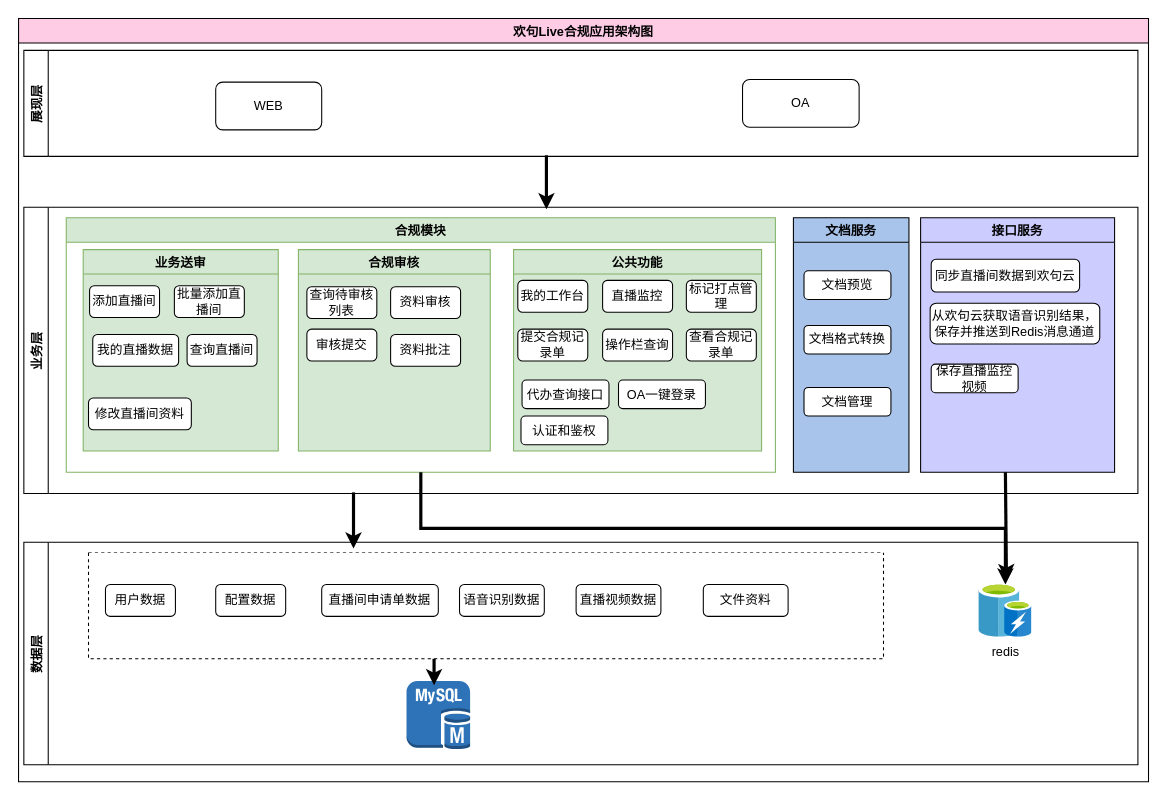
Before: zhaoshang-application.drawio in liufbox/doc, a draw.io diagram. Source tidied: cells renumbered, new cells numbered last; positions are measured from the earlier drawing's top-left corner, leaving out a move shared by most shapes. Both pictures are drawn from the tidied source at 106%, with x=0, y=0 at pixel (18, 18).
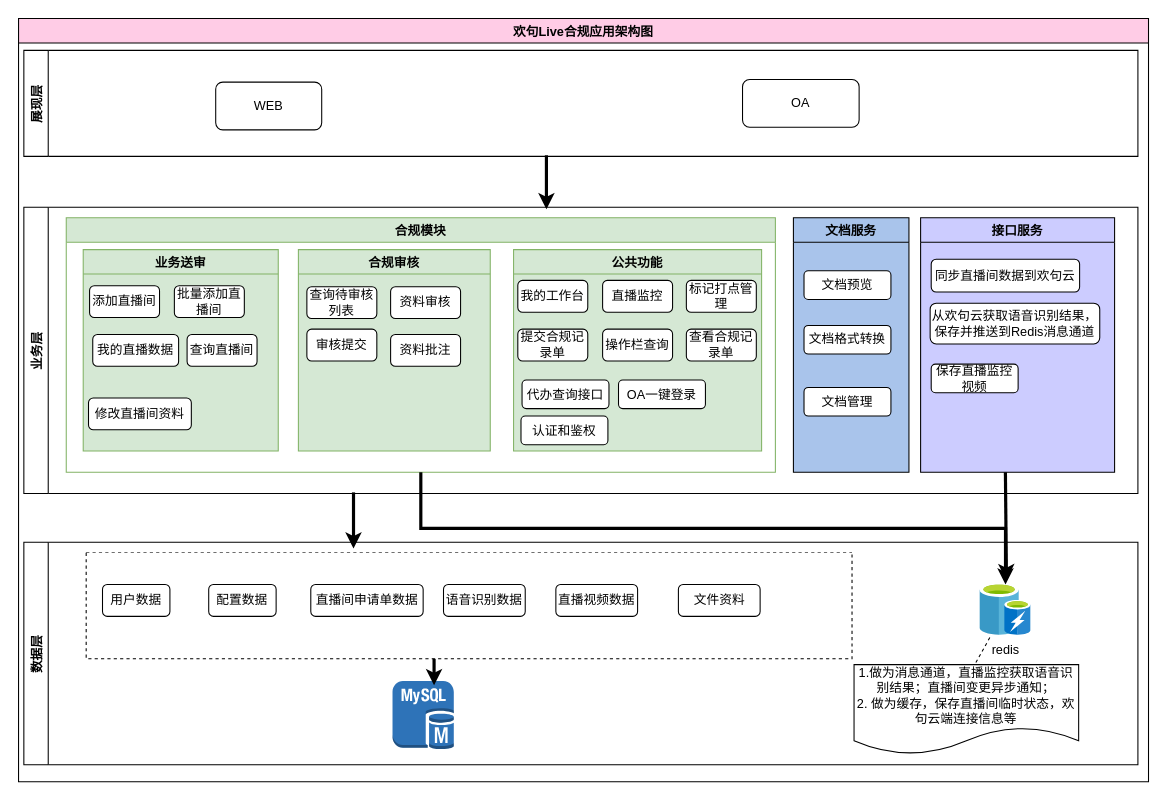
After the change.

Unchanged cells that the change refers to:
```xml
<mxCell id="39" style="group;" parent="1" vertex="1">
  <mxGeometry x="5" y="494" width="1051" height="210" as="geometry" />
</mxCell>
<mxCell id="40" value="数据层" style="swimlane;horizontal=0;" parent="39" vertex="1">
  <mxGeometry width="1051" height="210" as="geometry" />
</mxCell>
```

What changed in the source:
```diff
@@
     <mxCell id="41" value="redis&lt;br&gt;" style="sketch=0;html=1;points=[];align=center;image;fontSize=12;image=img/lib/mscae/Cache_including_Redis.svg;" parent="40" vertex="1">
-      <mxGeometry x="901" y="40" width="50" height="50" as="geometry" />
+      <mxGeometry x="902" y="40" width="48.2" height="48.2" as="geometry" />
     </mxCell>
+    <mxCell id="53" style="endArrow=none;html=1;rounded=0;strokeColor=#000000;strokeWidth=1;elbow=vertical;entryX=0.536;entryY=0.006;entryDx=0;entryDy=0;entryPerimeter=0;dashed=1;" parent="40" edge="1" target="54">
+      <mxGeometry relative="1" as="geometry">
+        <mxPoint x="911.3" y="90" as="sourcePoint" />
+      </mxGeometry>
+    </mxCell>
     <mxCell id="42" style="swimlane;startSize=0;dashed=1;swimlaneFillColor=#FFFFFF;" parent="39" vertex="1">
-      <mxGeometry x="61" y="10" width="750" height="100" as="geometry" />
+      <mxGeometry x="58.8" y="10" width="722.5" height="100" as="geometry" />
     </mxCell>
     <mxCell id="43" value="用户数据" style="rounded=1;whiteSpace=wrap;html=1;" parent="39" vertex="1">
-      <mxGeometry x="77" y="40" width="66" height="30" as="geometry" />
+      <mxGeometry x="74.2" y="40" width="63.6" height="30" as="geometry" />
     </mxCell>
     <mxCell id="44" value="配置数据" style="rounded=1;whiteSpace=wrap;html=1;" parent="39" vertex="1">
-      <mxGeometry x="181" y="40" width="66" height="30" as="geometry" />
+      <mxGeometry x="174.4" y="40" width="63.6" height="30" as="geometry" />
     </mxCell>
     <mxCell id="45" value="直播间申请单数据" style="rounded=1;whiteSpace=wrap;html=1;" parent="39" vertex="1">
-      <mxGeometry x="281" y="40" width="110" height="30" as="geometry" />
+      <mxGeometry x="270.7" y="40" width="106" height="30" as="geometry" />
     </mxCell>
     <mxCell id="46" value="语音识别数据" style="rounded=1;whiteSpace=wrap;html=1;" parent="39" vertex="1">
-      <mxGeometry x="411" y="40" width="80" height="30" as="geometry" />
+      <mxGeometry x="395.9" y="40" width="77.1" height="30" as="geometry" />
     </mxCell>
     <mxCell id="47" value="直播视频数据" style="rounded=1;whiteSpace=wrap;html=1;" parent="39" vertex="1">
-      <mxGeometry x="521" y="40" width="80" height="30" as="geometry" />
+      <mxGeometry x="501.9" y="40" width="77.1" height="30" as="geometry" />
     </mxCell>
     <mxCell id="48" value="文件资料" style="rounded=1;whiteSpace=wrap;html=1;" parent="39" vertex="1">
-      <mxGeometry x="641" y="40" width="80" height="30" as="geometry" />
+      <mxGeometry x="617.5" y="40" width="77.1" height="30" as="geometry" />
     </mxCell>
     <mxCell id="49" style="dashed=0;verticalLabelPosition=bottom;verticalAlign=top;align=center;html=1;shape=mxgraph.aws3.mysql_db_instance;fillColor=#2E73B8;gradientColor=none;" parent="39" vertex="1">
-      <mxGeometry x="361" y="131" width="60" height="64.5" as="geometry" />
+      <mxGeometry x="347.8" y="131" width="57.8" height="64.5" as="geometry" />
     </mxCell>
+    <mxCell id="54" value="1.做为消息通道，直播监控获取语音识别结果；直播间变更异步通知；&lt;br&gt;2. 做为缓存，保存直播间临时状态，欢句云端连接信息等" style="shape=document;whiteSpace=wrap;html=1;boundedLbl=1;" parent="39" vertex="1">
+      <mxGeometry x="783.2" y="115.5" width="211.9" height="84.5" as="geometry" />
+    </mxCell>
```
